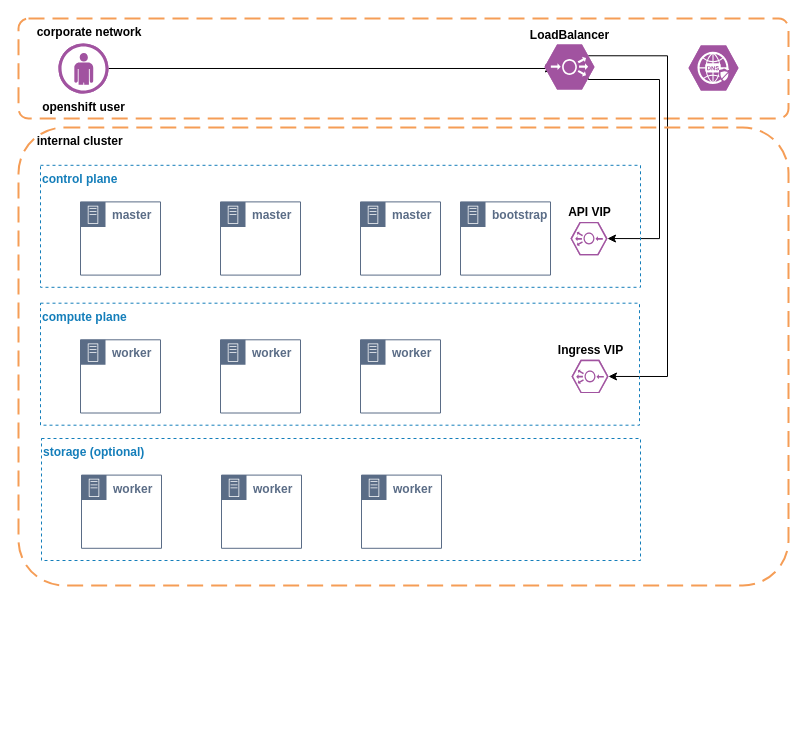
Before: media/topology.drawio in ibm-cloud-architecture/terraform-openshift4-vmware, a draw.io diagram. Source tidied: cells renumbered, new cells numbered last; positions are measured from the earlier drawing's top-left corner, leaving out a move shared by most shapes. Both pictures are drawn from the tidied source at 100%, with x=0, y=0 at pixel (18, 18).
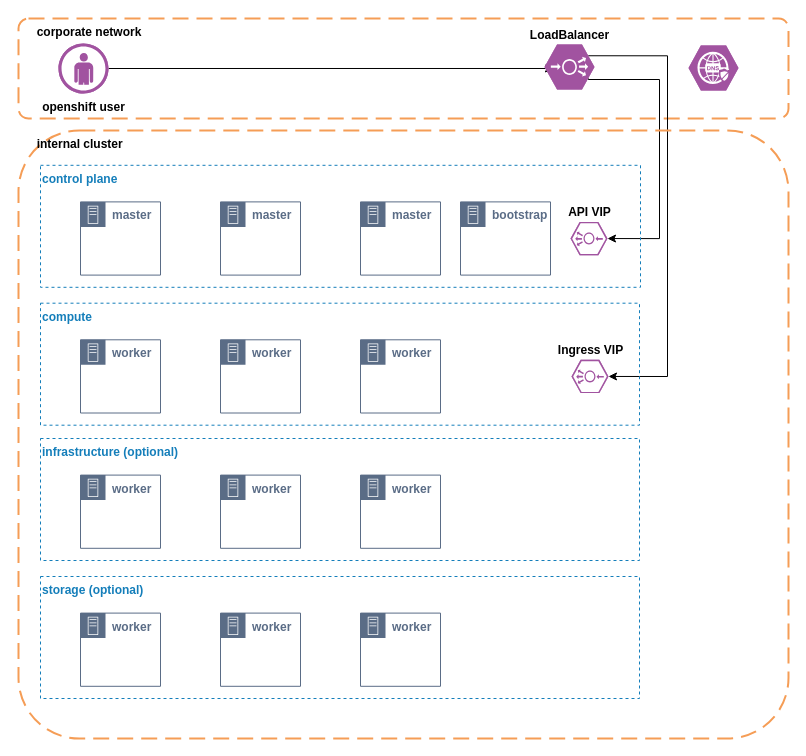
After the change.

Commit message (it also covers changes not shown here):
Updated resource values as per suggested min reqs. Ability to create optional infra nodes.

Unchanged cells that the change refers to:
```xml
<mxCell id="18" style="group;" parent="1" vertex="1">
  <mxGeometry x="22" y="284.7" width="599" height="122" as="geometry" />
</mxCell>
```

Change to the diagram source:
```diff
@@
     <mxCell id="9" value="     internal cluster" style="rounded=1;arcSize=10;dashed=1;strokeColor=#F59D56;fillColor=none;gradientColor=none;dashPattern=8 4;strokeWidth=2;align=left;fontStyle=1;verticalAlign=top;" parent="1" vertex="1">
-      <mxGeometry y="109" width="770" height="458" as="geometry" />
+      <mxGeometry y="112" width="770" height="608" as="geometry" />
     </mxCell>
@@
-    <mxCell id="19" value="compute plane" style="fillColor=none;strokeColor=#147EBA;dashed=1;verticalAlign=top;fontStyle=1;fontColor=#147EBA;align=left;" parent="18" vertex="1">
+    <mxCell id="19" value="compute" style="fillColor=none;strokeColor=#147EBA;dashed=1;verticalAlign=top;fontStyle=1;fontColor=#147EBA;align=left;" parent="18" vertex="1">
       <mxGeometry width="599" height="122" as="geometry" />
     </mxCell>
@@
     <mxCell id="25" style="group;" parent="1" vertex="1">
-      <mxGeometry x="23" y="420" width="599" height="122" as="geometry" />
+      <mxGeometry x="22" y="558" width="599" height="122" as="geometry" />
     </mxCell>
@@
+    <mxCell id="31" style="group;" parent="1" vertex="1">
+      <mxGeometry x="22" y="420" width="599" height="122" as="geometry" />
+    </mxCell>
+    <mxCell id="32" value="infrastructure (optional)" style="fillColor=none;strokeColor=#147EBA;dashed=1;verticalAlign=top;fontStyle=1;fontColor=#147EBA;align=left;" parent="31" vertex="1">
+      <mxGeometry width="599" height="122" as="geometry" />
+    </mxCell>
+    <mxCell id="33" style="group;" parent="31" vertex="1">
+      <mxGeometry x="40" y="36.6" width="360" height="73.2" as="geometry" />
+    </mxCell>
+    <mxCell id="34" value="worker" style="gradientColor=none;html=1;whiteSpace=wrap;fontSize=12;fontStyle=1;shape=mxgraph.aws4.group;grIcon=mxgraph.aws4.group_on_premise;strokeColor=#5A6C86;fillColor=none;verticalAlign=top;align=left;spacingLeft=30;fontColor=#5A6C86;dashed=0;" parent="33" vertex="1">
+      <mxGeometry width="80" height="73.2" as="geometry" />
+    </mxCell>
+    <mxCell id="35" value="worker" style="gradientColor=none;html=1;whiteSpace=wrap;fontSize=12;fontStyle=1;shape=mxgraph.aws4.group;grIcon=mxgraph.aws4.group_on_premise;strokeColor=#5A6C86;fillColor=none;verticalAlign=top;align=left;spacingLeft=30;fontColor=#5A6C86;dashed=0;" parent="33" vertex="1">
+      <mxGeometry x="140" width="80" height="73.2" as="geometry" />
+    </mxCell>
+    <mxCell id="36" value="worker" style="gradientColor=none;html=1;whiteSpace=wrap;fontSize=12;fontStyle=1;shape=mxgraph.aws4.group;grIcon=mxgraph.aws4.group_on_premise;strokeColor=#5A6C86;fillColor=none;verticalAlign=top;align=left;spacingLeft=30;fontColor=#5A6C86;dashed=0;" parent="33" vertex="1">
+      <mxGeometry x="280" width="80" height="73.2" as="geometry" />
+    </mxCell>
```
